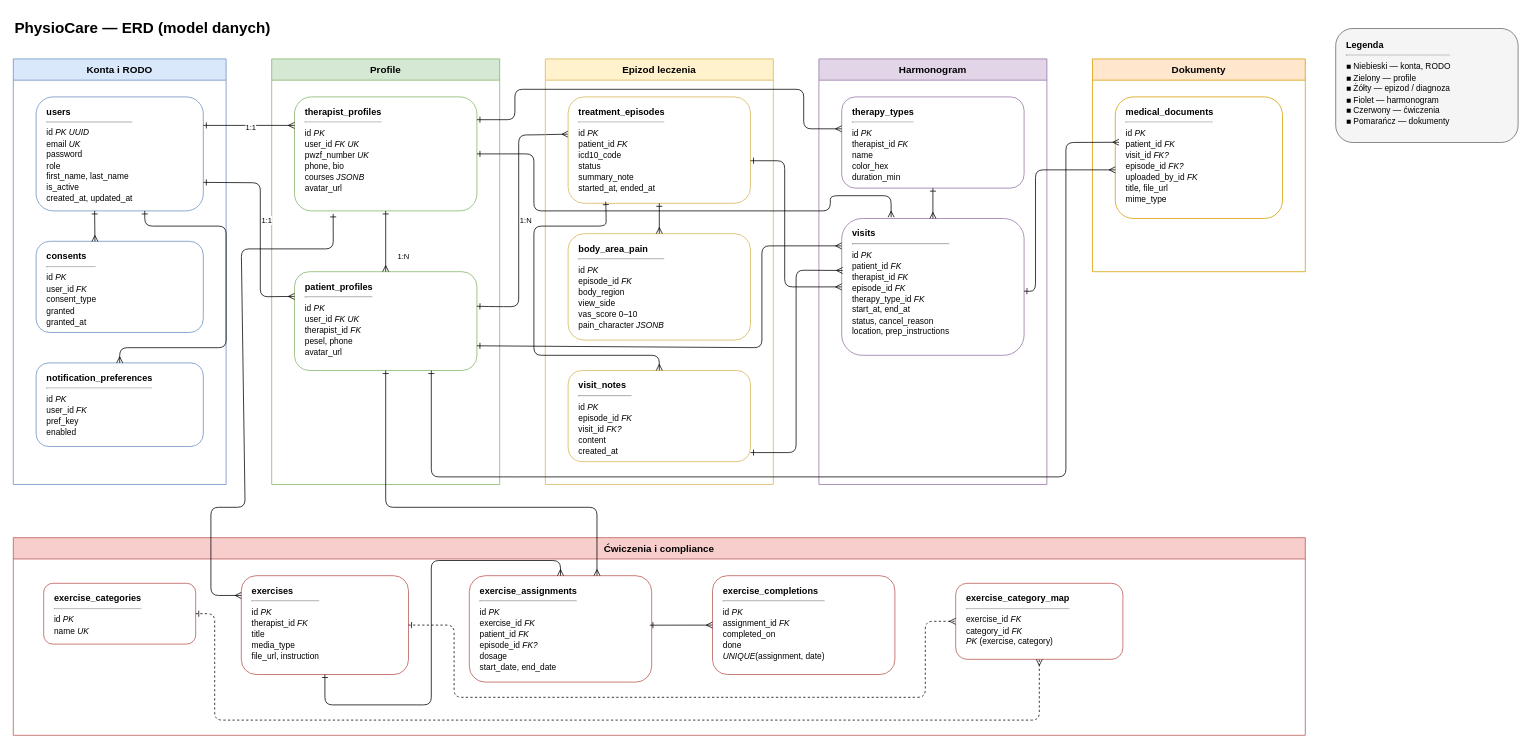
Before: docs/diagrams/erd.drawio in kacperszczudlo/PhysioCare, a draw.io diagram. Source tidied: cells renumbered, new cells numbered last; positions are measured from the earlier drawing's top-left corner, leaving out a move shared by most shapes. Both pictures are drawn from the tidied source at 76%, with x=0, y=0 at pixel (13, 13).
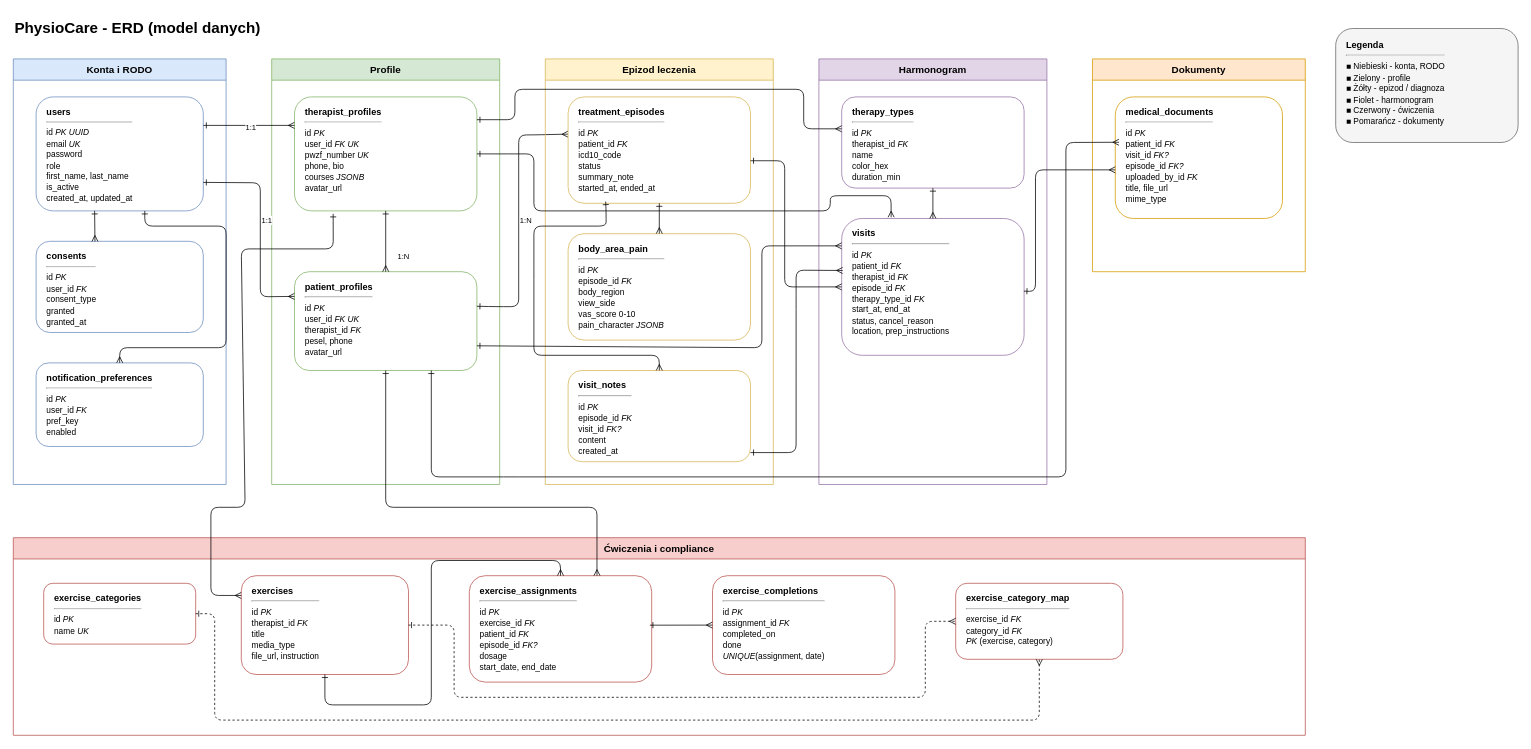
The same diagram, later.

The change refers to these unchanged cells:
```xml
<mxCell id="13" value="Epizod leczenia" style="swimlane;startSize=28;fillColor=#fff2cc;strokeColor=#d6b656;fontStyle=1;fontSize=13;fontFamily=Helvetica;" parent="1" vertex="1">
  <mxGeometry x="700" y="60" width="300" height="560" as="geometry" />
</mxCell>
```

Diff of the diagram source:
```diff
@@
-    <mxCell id="2" value="PhysioCare — ERD (model danych)" style="text;html=1;fontSize=20;fontStyle=1;align=left;fontFamily=Helvetica;" parent="1" vertex="1">
+    <mxCell id="2" value="PhysioCare - ERD (model danych)" style="text;html=1;fontSize=20;fontStyle=1;align=left;fontFamily=Helvetica;" parent="1" vertex="1">
       <mxGeometry width="400" height="36" as="geometry" />
     </mxCell>
-    <mxCell id="3" value="&lt;b&gt;Legenda&lt;/b&gt;&lt;hr&gt;&lt;font style=&quot;font-size:11px&quot;&gt;■ Niebieski — konta, RODO&lt;br&gt;■ Zielony — profile&lt;br&gt;■ Żółty — epizod / diagnoza&lt;br&gt;■ Fiolet — harmonogram&lt;br&gt;■ Czerwony — ćwiczenia&lt;br&gt;■ Pomarańcz — dokumenty&lt;/font&gt;" style="rounded=1;whiteSpace=wrap;html=1;align=left;verticalAlign=top;spacingLeft=12;spacingTop=8;fillColor=#f5f5f5;strokeColor=#666666;fontFamily=Helvetica;" parent="1" vertex="1">
+    <mxCell id="3" value="&lt;b&gt;Legenda&lt;/b&gt;&lt;hr&gt;&lt;font style=&quot;font-size:11px&quot;&gt;■ Niebieski - konta, RODO&lt;br&gt;■ Zielony - profile&lt;br&gt;■ Żółty - epizod / diagnoza&lt;br&gt;■ Fiolet - harmonogram&lt;br&gt;■ Czerwony - ćwiczenia&lt;br&gt;■ Pomarańcz - dokumenty&lt;/font&gt;" style="rounded=1;whiteSpace=wrap;html=1;align=left;verticalAlign=top;spacingLeft=12;spacingTop=8;fillColor=#f5f5f5;strokeColor=#666666;fontFamily=Helvetica;" parent="1" vertex="1">
       <mxGeometry x="1740" y="20" width="240" height="150" as="geometry" />
     </mxCell>
@@
-    <mxCell id="15" value="&lt;b&gt;body_area_pain&lt;/b&gt;&lt;hr&gt;&lt;font style=&quot;font-size:11px&quot;&gt;id &lt;i&gt;PK&lt;/i&gt;&lt;br&gt;episode_id &lt;i&gt;FK&lt;/i&gt;&lt;br&gt;body_region&lt;br&gt;view_side&lt;br&gt;vas_score 0–10&lt;br&gt;pain_character &lt;i&gt;JSONB&lt;/i&gt;&lt;/font&gt;" style="rounded=1;whiteSpace=wrap;html=1;align=left;verticalAlign=top;spacingLeft=12;spacingTop=6;fillColor=#ffffff;strokeColor=#d6b656;fontFamily=Helvetica;" parent="13" vertex="1">
+    <mxCell id="15" value="&lt;b&gt;body_area_pain&lt;/b&gt;&lt;hr&gt;&lt;font style=&quot;font-size:11px&quot;&gt;id &lt;i&gt;PK&lt;/i&gt;&lt;br&gt;episode_id &lt;i&gt;FK&lt;/i&gt;&lt;br&gt;body_region&lt;br&gt;view_side&lt;br&gt;vas_score 0-10&lt;br&gt;pain_character &lt;i&gt;JSONB&lt;/i&gt;&lt;/font&gt;" style="rounded=1;whiteSpace=wrap;html=1;align=left;verticalAlign=top;spacingLeft=12;spacingTop=6;fillColor=#ffffff;strokeColor=#d6b656;fontFamily=Helvetica;" parent="13" vertex="1">
       <mxGeometry x="30" y="230" width="240" height="140" as="geometry" />
     </mxCell>
```
